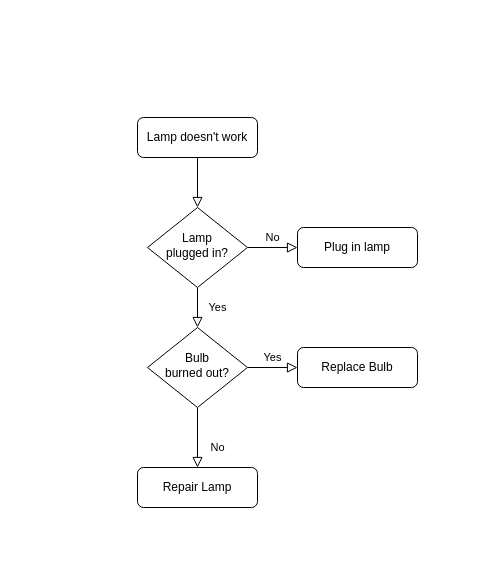
Before: Diagram bez tytułu.drawio in Kamil-912/Python-lessons, a draw.io diagram. Source tidied: cells renumbered, new cells numbered last; positions are measured from the earlier drawing's top-left corner, leaving out a move shared by most shapes. Both pictures are drawn from the tidied source at 100%, with x=0, y=0 at pixel (137, 117).
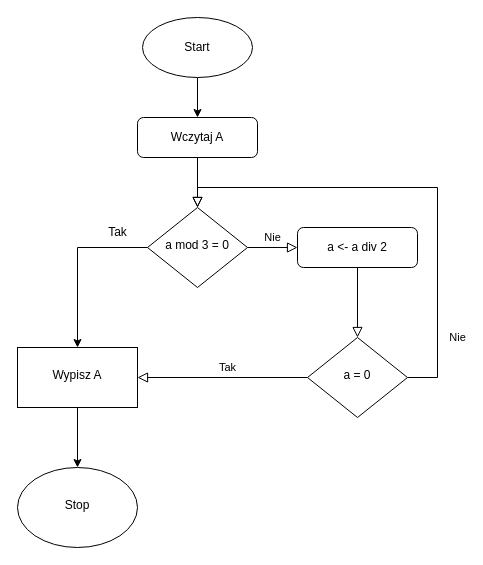
Above is the later version.

Commit message:
Zaktualizuj Diagram schemat 3.drawio

Change to the diagram source:
```diff
@@
 <mxGraphModel>
   <root>
     <mxCell id="0" />
     <mxCell id="1" parent="0" />
     <mxCell id="2" style="rounded=0;html=1;jettySize=auto;fontSize=11;endArrow=block;endFill=0;endSize=8;strokeWidth=1;shadow=0;labelBackgroundColor=none;edgeStyle=orthogonalEdgeStyle;" parent="1" edge="1" source="3" target="6">
       <mxGeometry relative="1" as="geometry" />
     </mxCell>
-    <mxCell id="3" value="Lamp doesn't work" style="rounded=1;whiteSpace=wrap;html=1;fontSize=12;glass=0;strokeWidth=1;shadow=0;" parent="1" vertex="1">
+    <mxCell id="3" value="Wczytaj A" style="rounded=1;whiteSpace=wrap;html=1;fontSize=12;glass=0;strokeWidth=1;shadow=0;" parent="1" vertex="1">
       <mxGeometry width="120" height="40" as="geometry" />
     </mxCell>
-    <mxCell id="4" value="Yes" style="rounded=0;html=1;jettySize=auto;fontSize=11;endArrow=block;endFill=0;endSize=8;strokeWidth=1;shadow=0;labelBackgroundColor=none;edgeStyle=orthogonalEdgeStyle;" parent="1" edge="1" source="6" target="10">
+    <mxCell id="4" style="rounded=0;html=1;jettySize=auto;fontSize=11;endArrow=block;endFill=0;endSize=8;strokeWidth=1;shadow=0;labelBackgroundColor=none;edgeStyle=orthogonalEdgeStyle;exitX=0.5;exitY=1;exitDx=0;exitDy=0;" parent="1" edge="1" source="7" target="10">
       <mxGeometry y="20" relative="1" as="geometry" />
     </mxCell>
-    <mxCell id="5" value="No" style="edgeStyle=orthogonalEdgeStyle;rounded=0;html=1;jettySize=auto;fontSize=11;endArrow=block;endFill=0;endSize=8;strokeWidth=1;shadow=0;labelBackgroundColor=none;" parent="1" edge="1" source="6" target="7">
+    <mxCell id="5" value="Nie" style="edgeStyle=orthogonalEdgeStyle;rounded=0;html=1;jettySize=auto;fontSize=11;endArrow=block;endFill=0;endSize=8;strokeWidth=1;shadow=0;labelBackgroundColor=none;" parent="1" edge="1" source="6" target="7">
       <mxGeometry y="10" relative="1" as="geometry" />
     </mxCell>
+    <mxCell id="13" style="edgeStyle=orthogonalEdgeStyle;rounded=0;jettySize=auto;html=1;" parent="1" edge="1" source="6" target="17">
+      <mxGeometry relative="1" as="geometry" />
+    </mxCell>
-    <mxCell id="6" value="Lamp&lt;br&gt;plugged in?" style="rhombus;whiteSpace=wrap;html=1;shadow=0;fontFamily=Helvetica;fontSize=12;align=center;strokeWidth=1;spacing=6;spacingTop=-4;" parent="1" vertex="1">
+    <mxCell id="6" value="a mod 3 = 0" style="rhombus;whiteSpace=wrap;html=1;shadow=0;fontFamily=Helvetica;fontSize=12;align=center;strokeWidth=1;spacing=6;spacingTop=-4;" parent="1" vertex="1">
       <mxGeometry x="10" y="90" width="100" height="80" as="geometry" />
     </mxCell>
-    <mxCell id="7" value="Plug in lamp" style="rounded=1;whiteSpace=wrap;html=1;fontSize=12;glass=0;strokeWidth=1;shadow=0;" parent="1" vertex="1">
+    <mxCell id="7" value="a &amp;lt;- a div 2" style="rounded=1;whiteSpace=wrap;html=1;fontSize=12;glass=0;strokeWidth=1;shadow=0;" parent="1" vertex="1">
       <mxGeometry x="160" y="110" width="120" height="40" as="geometry" />
     </mxCell>
-    <mxCell id="8" value="No" style="rounded=0;html=1;jettySize=auto;fontSize=11;endArrow=block;endFill=0;endSize=8;strokeWidth=1;shadow=0;labelBackgroundColor=none;edgeStyle=orthogonalEdgeStyle;" parent="1" edge="1" source="10" target="11">
-      <mxGeometry x="0.33" y="20" relative="1" as="geometry" />
+    <mxCell id="8" value="Tak" style="rounded=0;html=1;jettySize=auto;fontSize=11;endArrow=block;endFill=0;endSize=8;strokeWidth=1;shadow=0;labelBackgroundColor=none;edgeStyle=orthogonalEdgeStyle;" parent="1" edge="1" source="10" target="17">
+      <mxGeometry x="-0.06" y="-10" relative="1" as="geometry" />
     </mxCell>
-    <mxCell id="9" value="Yes" style="edgeStyle=orthogonalEdgeStyle;rounded=0;html=1;jettySize=auto;fontSize=11;endArrow=block;endFill=0;endSize=8;strokeWidth=1;shadow=0;labelBackgroundColor=none;" parent="1" edge="1" source="10" target="12">
-      <mxGeometry y="10" relative="1" as="geometry" />
+    <mxCell id="9" value="Nie" style="edgeStyle=orthogonalEdgeStyle;rounded=0;html=1;jettySize=auto;fontSize=11;endArrow=block;endFill=0;endSize=8;strokeWidth=1;shadow=0;labelBackgroundColor=none;entryX=0.5;entryY=0;entryDx=0;entryDy=0;exitX=1;exitY=0.5;exitDx=0;exitDy=0;" parent="1" edge="1" source="10" target="6">
+      <mxGeometry x="-0.71" y="-20" relative="1" as="geometry">
+        <Array as="points">
+          <mxPoint x="300" y="260" />
+          <mxPoint x="300" y="70" />
+          <mxPoint x="60" y="70" />
+        </Array>
+      </mxGeometry>
     </mxCell>
-    <mxCell id="10" value="Bulb&lt;br&gt;burned out?" style="rhombus;whiteSpace=wrap;html=1;shadow=0;fontFamily=Helvetica;fontSize=12;align=center;strokeWidth=1;spacing=6;spacingTop=-4;" parent="1" vertex="1">
-      <mxGeometry x="10" y="210" width="100" height="80" as="geometry" />
+    <mxCell id="10" value="a = 0" style="rhombus;whiteSpace=wrap;html=1;shadow=0;fontFamily=Helvetica;fontSize=12;align=center;strokeWidth=1;spacing=6;spacingTop=-4;" parent="1" vertex="1">
+      <mxGeometry x="170" y="220" width="100" height="80" as="geometry" />
     </mxCell>
-    <mxCell id="11" value="Repair Lamp" style="rounded=1;whiteSpace=wrap;html=1;fontSize=12;glass=0;strokeWidth=1;shadow=0;" parent="1" vertex="1">
-      <mxGeometry y="350" width="120" height="40" as="geometry" />
-    </mxCell>
-    <mxCell id="12" value="Replace Bulb" style="rounded=1;whiteSpace=wrap;html=1;fontSize=12;glass=0;strokeWidth=1;shadow=0;" parent="1" vertex="1">
-      <mxGeometry x="160" y="230" width="120" height="40" as="geometry" />
-    </mxCell>
+    <mxCell id="14" style="edgeStyle=orthogonalEdgeStyle;rounded=0;jettySize=auto;html=1;" parent="1" edge="1" source="15" target="3">
+      <mxGeometry relative="1" as="geometry" />
+    </mxCell>
+    <mxCell id="15" value="Start" style="ellipse;whiteSpace=wrap;html=1;" parent="1" vertex="1">
+      <mxGeometry x="5" y="-100" width="110" height="60" as="geometry" />
+    </mxCell>
+    <mxCell id="16" style="edgeStyle=orthogonalEdgeStyle;rounded=0;jettySize=auto;html=1;" parent="1" edge="1" source="17" target="19">
+      <mxGeometry relative="1" as="geometry" />
+    </mxCell>
+    <mxCell id="17" value="Wypisz A" style="whiteSpace=wrap;html=1;shadow=0;strokeWidth=1;spacing=6;spacingTop=-4;" parent="1" vertex="1">
+      <mxGeometry x="-120" y="230" width="120" height="60" as="geometry" />
+    </mxCell>
+    <mxCell id="18" value="Tak" style="text;html=1;align=center;verticalAlign=middle;strokeColor=none;fillColor=none;" parent="1" vertex="1">
+      <mxGeometry x="-40" y="100" width="40" height="30" as="geometry" />
+    </mxCell>
+    <mxCell id="19" value="Stop" style="ellipse;whiteSpace=wrap;html=1;shadow=0;strokeWidth=1;spacing=6;spacingTop=-4;" parent="1" vertex="1">
+      <mxGeometry x="-120" y="350" width="120" height="80" as="geometry" />
+    </mxCell>
   </root>
 </mxGraphModel>
```
